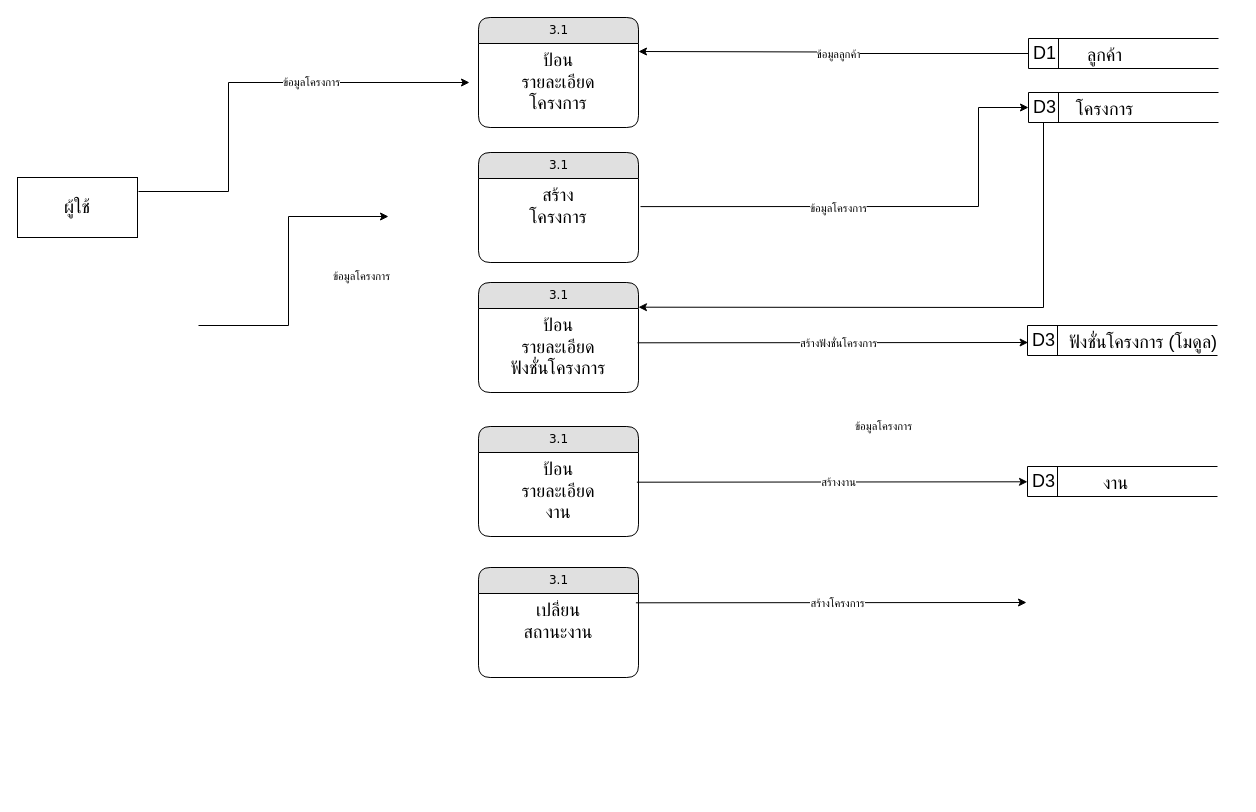
The draw.io diagram dataflow-pms-3.0.drawio in NewSnooker/it-udvc-pms, before the edit. Source tidied: cells renumbered, new cells numbered last; positions are measured from the earlier drawing's top-left corner, leaving out a move shared by most shapes. Both pictures are drawn from the tidied source at 100%, with x=0, y=0 at pixel (17, 17).
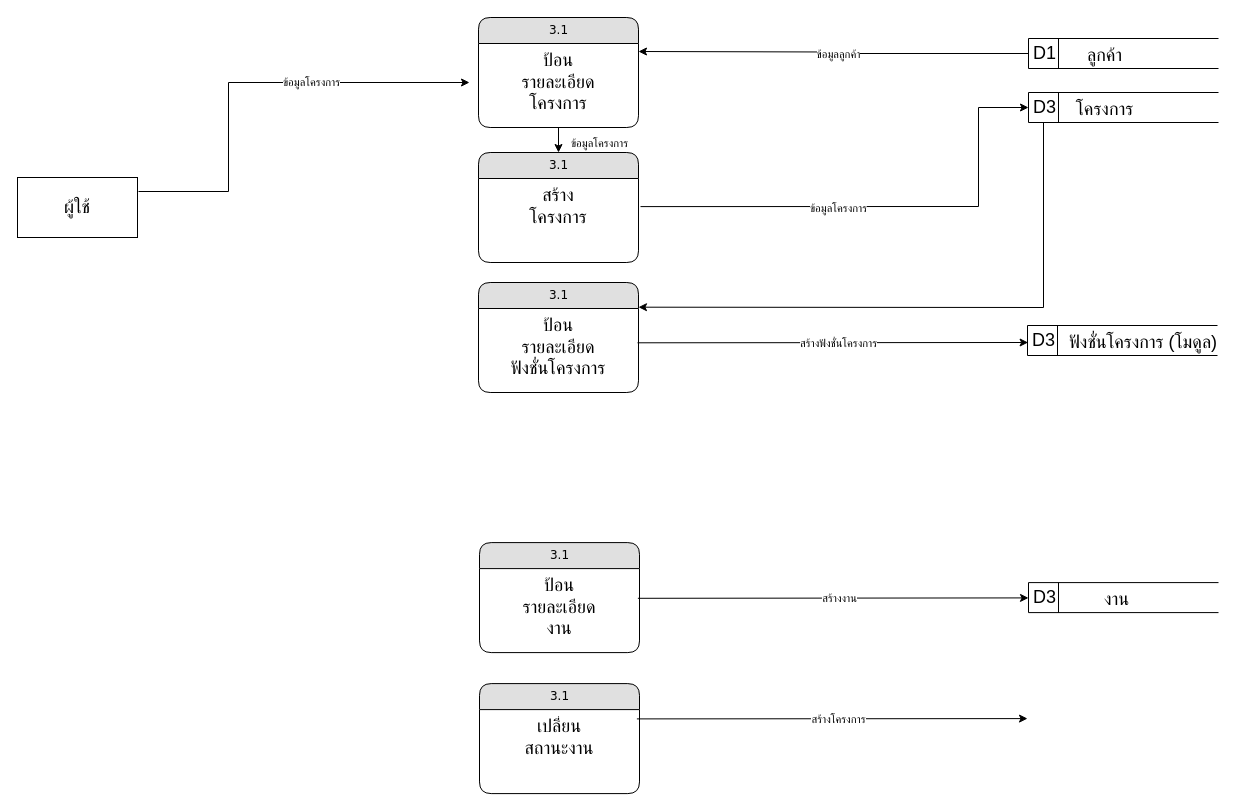
The same diagram, later.

Unchanged cells that the change refers to:
```xml
<mxCell id="2" value="3.1" style="swimlane;html=1;fontStyle=0;horizontal=1;startSize=26;fillColor=#e0e0e0;swimlaneFillColor=#ffffff;align=center;rounded=1;shadow=0;comic=0;labelBackgroundColor=none;strokeWidth=1;fontFamily=Verdana;fontSize=12;" parent="1" vertex="1">
  <mxGeometry x="461" width="160" height="110" as="geometry" />
</mxCell>
<mxCell id="19" style="endArrow=classic;html=1;rounded=0;exitX=0.984;exitY=0.373;exitDx=0;exitDy=0;exitPerimeter=0;entryX=0;entryY=0.5;entryDx=0;entryDy=0;" parent="1" edge="1" target="9">
  <mxGeometry relative="1" as="geometry">
    <mxPoint x="623" y="189.1" as="sourcePoint" />
    <Array as="points">
      <mxPoint x="961" y="189" />
      <mxPoint x="961" y="90" />
    </Array>
  </mxGeometry>
</mxCell>
<mxCell id="33" style="endArrow=classic;html=1;rounded=0;entryX=1.018;entryY=0.116;entryDx=0;entryDy=0;entryPerimeter=0;" parent="1" edge="1">
  <mxGeometry relative="1" as="geometry">
    <mxPoint x="1026" y="105" as="sourcePoint" />
    <mxPoint x="621" y="289.7" as="targetPoint" />
    <Array as="points">
      <mxPoint x="1026" y="290" />
    </Array>
  </mxGeometry>
</mxCell>
<mxCell id="35" value="3.1" style="swimlane;html=1;fontStyle=0;horizontal=1;startSize=26;fillColor=#e0e0e0;swimlaneFillColor=#ffffff;align=center;rounded=1;shadow=0;comic=0;labelBackgroundColor=none;strokeWidth=1;fontFamily=Verdana;fontSize=12;" parent="1" vertex="1">
  <mxGeometry x="461" y="135" width="160" height="110" as="geometry" />
</mxCell>
```

Change to the diagram source:
```diff
@@
+    <mxCell id="34" value="ข้อมูลโครงการ" style="edgeLabel;html=1;align=center;verticalAlign=middle;" parent="19" vertex="1">
+      <mxGeometry x="-0.09" relative="1" as="geometry">
+        <mxPoint x="-263" y="-64" as="offset" />
+      </mxGeometry>
+    </mxCell>
@@
     <mxCell id="23" value="3.1" style="swimlane;html=1;fontStyle=0;horizontal=1;startSize=26;fillColor=#e0e0e0;swimlaneFillColor=#ffffff;align=center;rounded=1;shadow=0;comic=0;labelBackgroundColor=none;strokeWidth=1;fontFamily=Verdana;fontSize=12;" parent="1" vertex="1">
-      <mxGeometry x="461" y="409" width="160" height="110" as="geometry" />
+      <mxGeometry x="462" y="525.1" width="160" height="110" as="geometry" />
     </mxCell>
@@
     <mxCell id="25" value="&lt;font style=&quot;font-size: 18px;&quot;&gt;D3&lt;/font&gt;" style="html=1;dashed=0;whiteSpace=wrap;shape=mxgraph.dfd.dataStoreID;align=left;spacingLeft=3;" parent="1" vertex="1">
-      <mxGeometry x="1010" y="449" width="190" height="30" as="geometry" />
+      <mxGeometry x="1011" y="565.1" width="190" height="30" as="geometry" />
     </mxCell>
     <mxCell id="26" value="&lt;span style=&quot;font-size: 18px; font-weight: 400;&quot;&gt;งาน&lt;/span&gt;" style="text;strokeColor=none;fillColor=none;html=1;fontSize=24;fontStyle=1;verticalAlign=middle;align=center;" parent="1" vertex="1">
-      <mxGeometry x="1050" y="449" width="95" height="30" as="geometry" />
+      <mxGeometry x="1051" y="565.1" width="95" height="30" as="geometry" />
     </mxCell>
     <mxCell id="27" style="endArrow=classic;html=1;rounded=0;entryX=0;entryY=0.5;entryDx=0;entryDy=0;exitX=0.984;exitY=0.373;exitDx=0;exitDy=0;exitPerimeter=0;" parent="1" edge="1">
       <mxGeometry relative="1" as="geometry">
-        <mxPoint x="619.4" y="464.7" as="sourcePoint" />
-        <mxPoint x="1010" y="464.3" as="targetPoint" />
+        <mxPoint x="620.4" y="580.8" as="sourcePoint" />
+        <mxPoint x="1011" y="580.4" as="targetPoint" />
       </mxGeometry>
     </mxCell>
@@
     <mxCell id="29" value="3.1" style="swimlane;html=1;fontStyle=0;horizontal=1;startSize=26;fillColor=#e0e0e0;swimlaneFillColor=#ffffff;align=center;rounded=1;shadow=0;comic=0;labelBackgroundColor=none;strokeWidth=1;fontFamily=Verdana;fontSize=12;" parent="1" vertex="1">
-      <mxGeometry x="461" y="550" width="160" height="110" as="geometry" />
+      <mxGeometry x="462" y="666.1" width="160" height="110" as="geometry" />
     </mxCell>
@@
     <mxCell id="31" style="endArrow=classic;html=1;rounded=0;entryX=0;entryY=0.5;entryDx=0;entryDy=0;exitX=0.984;exitY=0.373;exitDx=0;exitDy=0;exitPerimeter=0;" parent="1" edge="1">
       <mxGeometry relative="1" as="geometry">
-        <mxPoint x="618.4" y="585.3" as="sourcePoint" />
-        <mxPoint x="1009" y="585" as="targetPoint" />
+        <mxPoint x="619.4" y="701.4" as="sourcePoint" />
+        <mxPoint x="1010" y="701.1" as="targetPoint" />
       </mxGeometry>
     </mxCell>
@@
-    <mxCell id="34" value="ข้อมูลโครงการ" style="edgeLabel;html=1;align=center;verticalAlign=middle;" parent="33" vertex="1">
-      <mxGeometry x="0.17" y="-1" relative="1" as="geometry">
-        <mxPoint x="-1" y="120" as="offset" />
-      </mxGeometry>
-    </mxCell>
@@
-    <mxCell id="37" style="endArrow=classic;html=1;rounded=0;edgeStyle=orthogonalEdgeStyle;" parent="1" edge="1">
-      <mxGeometry relative="1" as="geometry">
-        <mxPoint x="181" y="308" as="sourcePoint" />
-        <mxPoint x="371" y="199" as="targetPoint" />
-        <Array as="points">
-          <mxPoint x="271" y="308" />
-          <mxPoint x="271" y="199" />
-        </Array>
-      </mxGeometry>
+    <mxCell id="37" style="endArrow=classic;html=1;rounded=0;entryX=0.5;entryY=0;entryDx=0;entryDy=0;exitX=0.5;exitY=1;exitDx=0;exitDy=0;" parent="1" edge="1" source="2" target="35">
+      <mxGeometry relative="1" as="geometry" />
     </mxCell>
-    <mxCell id="38" value="ข้อมูลโครงการ" style="edgeLabel;html=1;align=center;verticalAlign=middle;rotation=0;" parent="37" vertex="1">
-      <mxGeometry x="-0.06" y="2" relative="1" as="geometry">
-        <mxPoint x="74" y="1" as="offset" />
-      </mxGeometry>
-    </mxCell>
```
